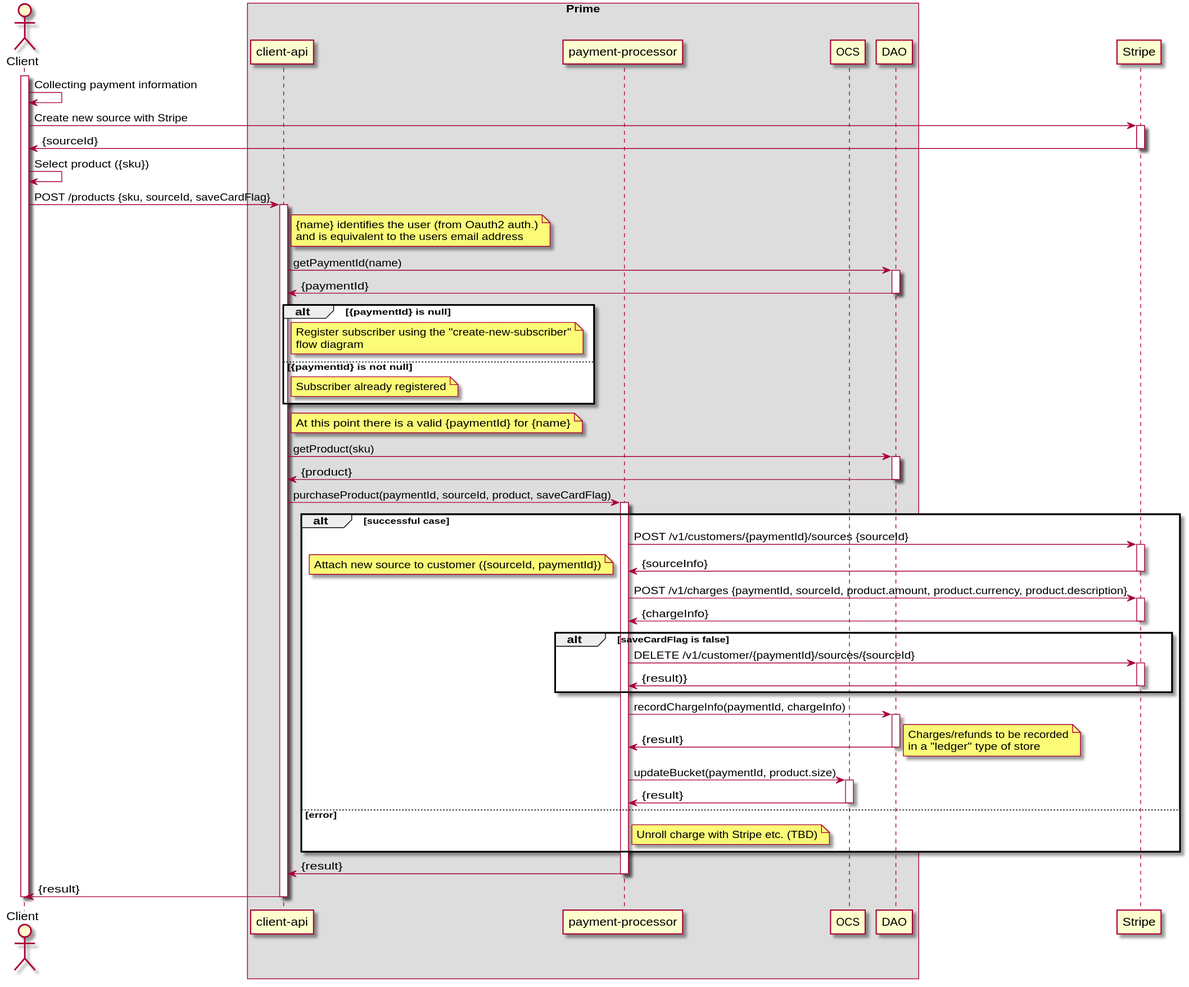
This is payment-processor/doc/diagrams/purchase-with-new-source.svg from ostelco/ostelco-core, a PlantUML export, as it was before one commit.
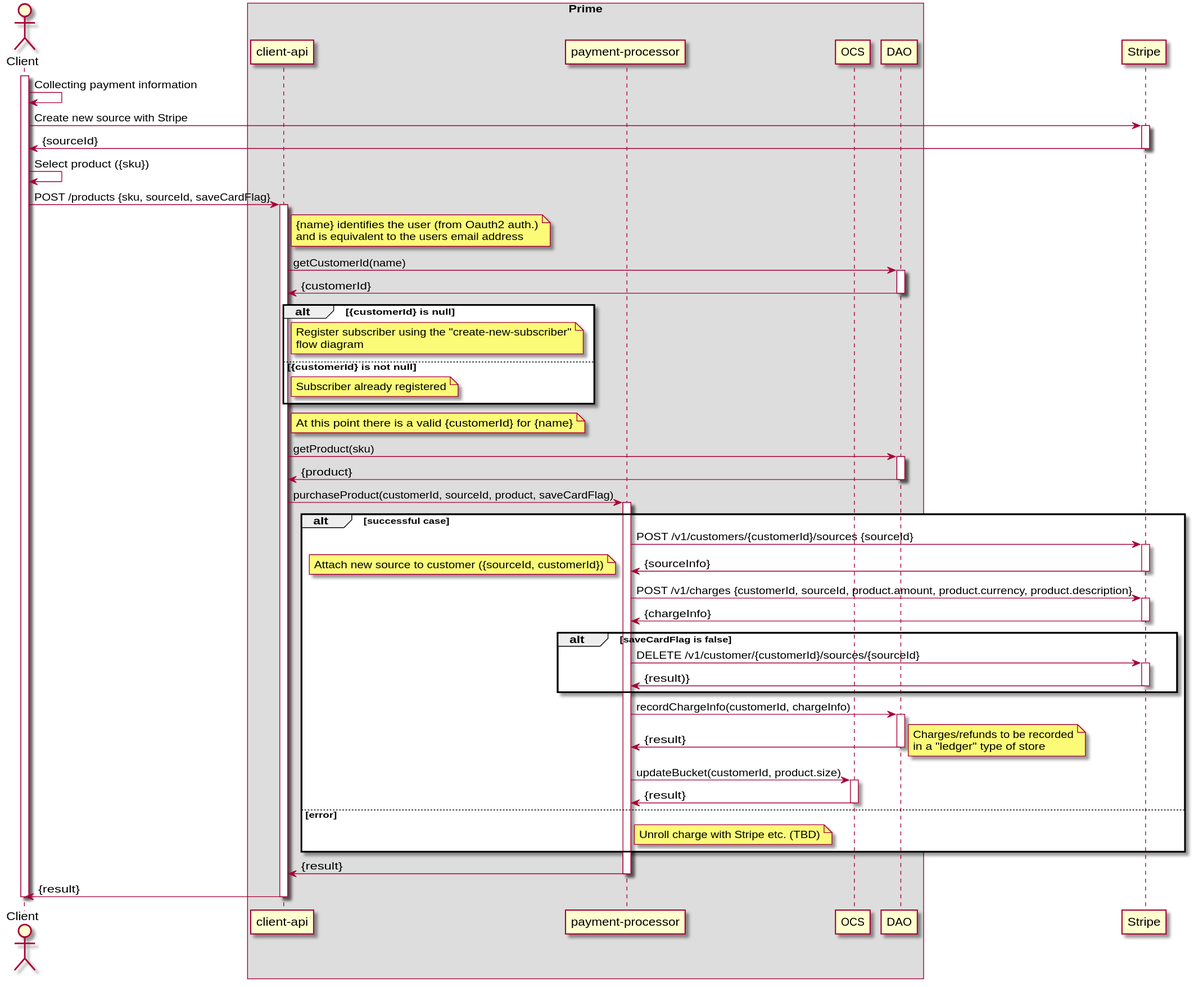
Above is the later version.

Change to the diagram source:
```diff
@@ -28,23 +28,23 @@
        and is equivalent to the users email address
     end note
 
-    "client-api" -> DAO : getPaymentId(name)
+    "client-api" -> DAO : getCustomerId(name)
     activate DAO
-    DAO -> "client-api" : {paymentId}
+    DAO -> "client-api" : {customerId}
     deactivate DAO
 
-    alt {paymentId} is null
+    alt {customerId} is null
         note right of "client-api"
             Register subscriber using the "create-new-subscriber"
             flow diagram
         end note
-    else {paymentId} is not null
+    else {customerId} is not null
         note right of "client-api"
             Subscriber already registered
         end note
     end
     note right of "client-api"
-        At this point there is a valid {paymentId} for {name}
+        At this point there is a valid {customerId} for {name}
     end note
 
     "client-api" -> DAO : getProduct(sku)
@@ -52,30 +52,30 @@
     DAO -> "client-api" : {product}
     deactivate DAO
 
-    "client-api" -> "payment-processor" : purchaseProduct(paymentId, sourceId, product, saveCardFlag)
+    "client-api" -> "payment-processor" : purchaseProduct(customerId, sourceId, product, saveCardFlag)
     activate "payment-processor"
 
     alt successful case
 
-        "payment-processor" -> Stripe : POST /v1/customers/{paymentId}/sources {sourceId}
+        "payment-processor" -> Stripe : POST /v1/customers/{customerId}/sources {sourceId}
         activate Stripe
         Stripe -> "payment-processor" : {sourceInfo}
         deactivate Stripe
-        note left : Attach new source to customer ({sourceId, paymentId})
+        note left : Attach new source to customer ({sourceId, customerId})
 
-        "payment-processor" -> Stripe : POST /v1/charges {paymentId, sourceId, product.amount, product.currency, product.description}
+        "payment-processor" -> Stripe : POST /v1/charges {customerId, sourceId, product.amount, product.currency, product.description}
         activate Stripe
         Stripe -> "payment-processor" : {chargeInfo}
         deactivate Stripe
 
         alt saveCardFlag is false
-            "payment-processor" -> Stripe : DELETE /v1/customer/{paymentId}/sources/{sourceId}
+            "payment-processor" -> Stripe : DELETE /v1/customer/{customerId}/sources/{sourceId}
              activate Stripe
             Stripe -> "payment-processor" : {result)}
             deactivate Stripe
         end
 
-        "payment-processor" -> DAO: recordChargeInfo(paymentId, chargeInfo)
+        "payment-processor" -> DAO: recordChargeInfo(customerId, chargeInfo)
         activate DAO
         DAO -> "payment-processor" : {result}
         deactivate DAO
@@ -84,7 +84,7 @@
           in a "ledger" type of store
         end note
 
-        "payment-processor" -> OCS : updateBucket(paymentId, product.size)
+        "payment-processor" -> OCS : updateBucket(customerId, product.size)
         activate OCS
         OCS -> "payment-processor" : {result}
         deactivate OCS
```
